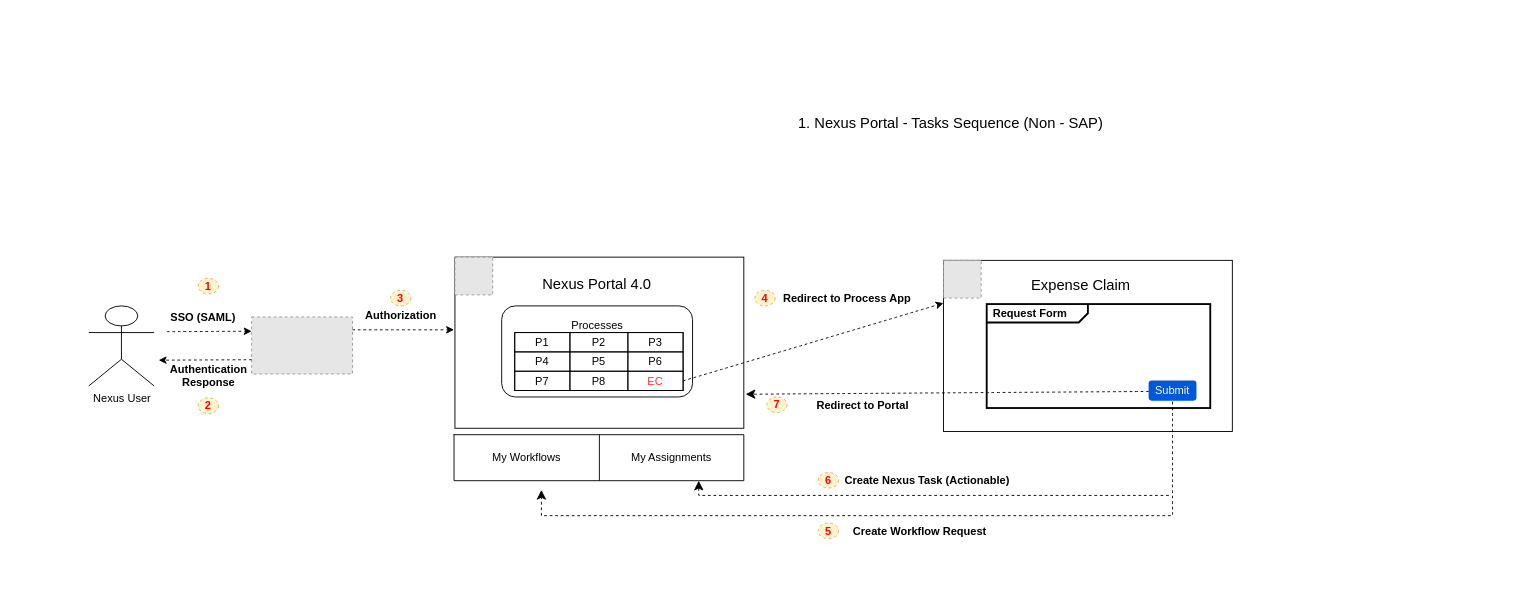
Earlier version of the draw.io diagram page "Nexus Tasks - Life Cycle" (1 of 2) of Nexus 4.0 Consulting.drawio (karthiksm2703siemens/Nexus-4.0-Diagrams). Source tidied: cells renumbered, new cells numbered last; positions are measured from the earlier drawing's top-left corner, leaving out a move shared by most shapes. Both pictures are drawn from the tidied source at 92%, with x=0, y=0 at pixel (88, 109). Pictures stored in the file or linked from it are replaced by grey dashed boxes.
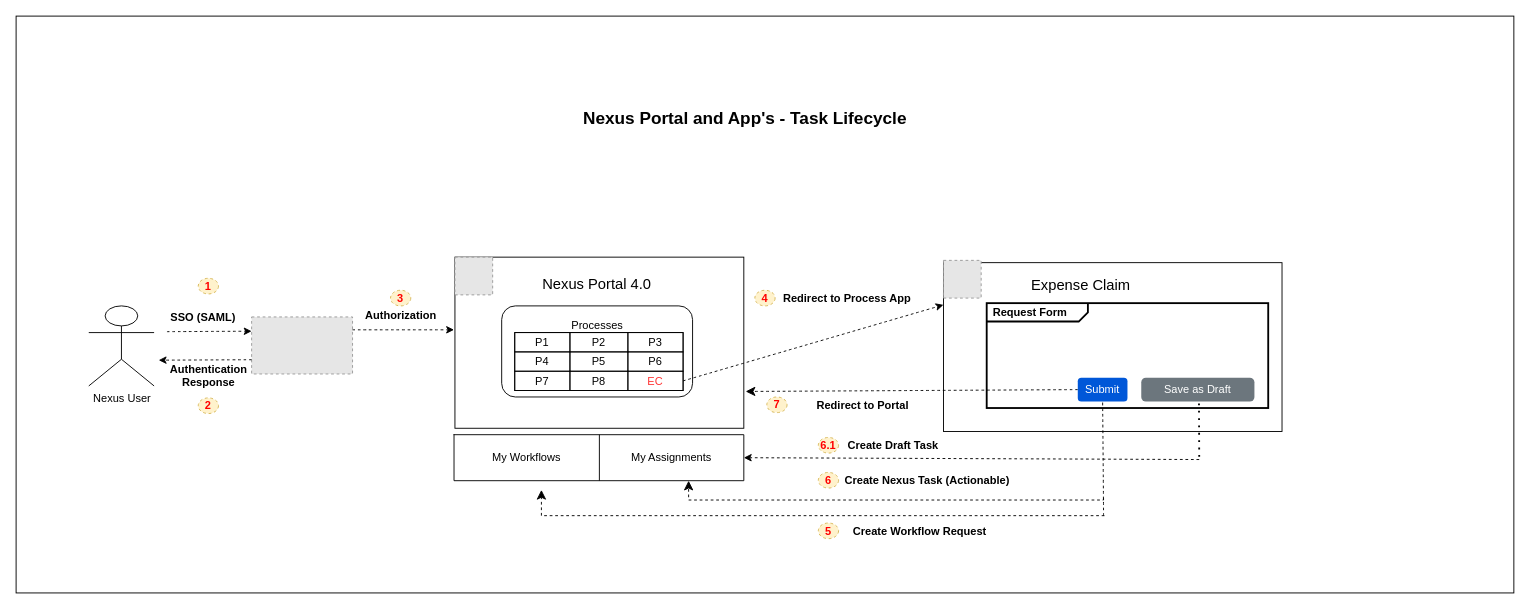
The same page after the edit.

Unchanged cells that the change refers to:
```xml
<mxCell id="33" style="shape=tableRow;horizontal=0;startSize=0;swimlaneHead=0;swimlaneBody=0;strokeColor=inherit;top=0;left=0;bottom=0;right=0;fillColor=none;points=[[0,0.5],[1,0.5]];portConstraint=eastwest;" parent="32" vertex="1">
  <mxGeometry width="315" height="50" as="geometry" />
</mxCell>
```

The edit, as a diff of the source:
```diff
@@
+    <mxCell id="54" style="whiteSpace=wrap;html=1;" parent="1" vertex="1">
+      <mxGeometry x="-79" y="-101" width="1628" height="627" as="geometry" />
+    </mxCell>
@@
-    <mxCell id="3" value="1.&amp;nbsp;&lt;span style=&quot;background-color: initial;&quot;&gt;Nexus Portal - Tasks Sequence (Non - SAP&lt;/span&gt;&lt;span style=&quot;background-color: initial;&quot;&gt;)&lt;/span&gt;" style="text;strokeColor=none;fillColor=none;html=1;align=center;verticalAlign=middle;whiteSpace=wrap;rounded=0;fontSize=16;" parent="1" vertex="1">
-      <mxGeometry x="724" width="426" height="30" as="geometry" />
+    <mxCell id="3" value="&lt;h3&gt;Nexus Portal and App's - Task Lifecycle&lt;/h3&gt;" style="text;strokeColor=none;fillColor=none;html=1;align=center;verticalAlign=middle;whiteSpace=wrap;rounded=0;fontSize=16;" parent="1" vertex="1">
+      <mxGeometry x="430" y="-51" width="566.5" height="124" as="geometry" />
     </mxCell>
@@
     <mxCell id="36" style="rounded=0;whiteSpace=wrap;html=1;" parent="1" vertex="1">
-      <mxGeometry x="929" y="164.5" width="314" height="186" as="geometry" />
+      <mxGeometry x="929" y="167" width="368" height="183.5" as="geometry" />
     </mxCell>
@@
     <mxCell id="41" value="&lt;p style=&quot;margin:0px;margin-top:4px;margin-left:7px;text-align:left;&quot;&gt;&lt;b&gt;Request Form&lt;/b&gt;&lt;/p&gt;&lt;p style=&quot;margin:0px;margin-top:4px;margin-left:7px;text-align:left;&quot;&gt;&lt;b&gt;&lt;br&gt;&lt;/b&gt;&lt;/p&gt;" style="html=1;shape=mxgraph.sysml.package;overflow=fill;labelX=110;strokeWidth=2;align=center;" parent="1" vertex="1">
-      <mxGeometry x="976" y="212" width="243" height="113" as="geometry" />
+      <mxGeometry x="976" y="211" width="306" height="114" as="geometry" />
     </mxCell>
@@
-    <mxCell id="43" value="Submit" style="rounded=1;fillColor=#0057D8;strokeColor=none;html=1;whiteSpace=wrap;fontColor=#ffffff;align=center;verticalAlign=middle;fontStyle=0;fontSize=12;sketch=0;" parent="1" vertex="1">
-      <mxGeometry x="1152" y="295" width="52" height="22" as="geometry" />
-    </mxCell>
     <mxCell id="44" style="edgeStyle=segmentEdgeStyle;endArrow=classic;html=1;curved=0;rounded=0;endSize=8;startSize=8;fontSize=12;dashed=1;" parent="1" edge="1">
       <mxGeometry relative="1" as="geometry">
-        <mxPoint x="1174" y="420" as="sourcePoint" />
-        <mxPoint x="663" y="404" as="targetPoint" />
+        <mxPoint x="1103" y="423" as="sourcePoint" />
+        <mxPoint x="652" y="404" as="targetPoint" />
+        <Array as="points">
+          <mxPoint x="1103" y="425" />
+          <mxPoint x="652" y="425" />
+        </Array>
       </mxGeometry>
     </mxCell>
     <mxCell id="45" style="endArrow=none;dashed=1;html=1;rounded=0;fontSize=12;startSize=8;endSize=8;curved=1;entryX=0.5;entryY=1;entryDx=0;entryDy=0;" parent="1" edge="1" target="43">
       <mxGeometry relative="1" as="geometry">
-        <mxPoint x="1178" y="441" as="sourcePoint" />
+        <mxPoint x="1103" y="442" as="sourcePoint" />
+        <Array as="points">
+          <mxPoint x="1103" y="425" />
+        </Array>
       </mxGeometry>
     </mxCell>
@@
     <mxCell id="48" style="edgeStyle=segmentEdgeStyle;endArrow=classic;html=1;curved=0;rounded=0;endSize=8;startSize=8;fontSize=12;dashed=1;" parent="1" edge="1">
       <mxGeometry relative="1" as="geometry">
-        <mxPoint x="1176" y="442" as="sourcePoint" />
+        <mxPoint x="1104" y="442" as="sourcePoint" />
         <mxPoint x="492" y="414" as="targetPoint" />
       </mxGeometry>
     </mxCell>
@@
-    <mxCell id="51" style="endArrow=classic;html=1;rounded=0;fontSize=12;startSize=8;endSize=8;curved=1;exitX=0;exitY=0.5;exitDx=0;exitDy=0;dashed=1;" parent="1" edge="1">
+    <mxCell id="51" style="endArrow=classic;html=1;rounded=0;fontSize=12;startSize=8;endSize=8;curved=1;exitX=0;exitY=0.5;exitDx=0;exitDy=0;dashed=1;" parent="1" edge="1" source="43">
       <mxGeometry relative="1" as="geometry">
-        <mxPoint x="1152" y="307" as="sourcePoint" />
-        <mxPoint x="714" y="310" as="targetPoint" />
+        <mxPoint x="714" y="307" as="targetPoint" />
       </mxGeometry>
     </mxCell>
@@
+    <mxCell id="43" value="Submit" style="rounded=1;fillColor=#0057D8;strokeColor=none;html=1;whiteSpace=wrap;fontColor=#ffffff;align=center;verticalAlign=middle;fontStyle=0;fontSize=12;sketch=0;" parent="1" vertex="1">
+      <mxGeometry x="1075" y="292" width="54" height="26" as="geometry" />
+    </mxCell>
+    <mxCell id="55" value="Save as Draft" style="html=1;shadow=0;dashed=0;shape=mxgraph.bootstrap.rrect;rSize=5;strokeColor=none;strokeWidth=1;fillColor=#6C767D;fontColor=#FFFFFF;whiteSpace=wrap;align=center;verticalAlign=middle;spacingLeft=0;fontStyle=0;fontSize=12;spacing=5;" parent="1" vertex="1">
+      <mxGeometry x="1144" y="292" width="123" height="26" as="geometry" />
+    </mxCell>
+    <mxCell id="56" style="endArrow=classic;html=1;rounded=0;entryX=1;entryY=0.5;entryDx=0;entryDy=0;dashed=1;" parent="1" edge="1" target="33">
+      <mxGeometry relative="1" as="geometry">
+        <mxPoint x="1207" y="381" as="sourcePoint" />
+      </mxGeometry>
+    </mxCell>
+    <mxCell id="57" style="endArrow=none;dashed=1;html=1;dashPattern=1 3;strokeWidth=2;rounded=0;entryX=0.51;entryY=0.987;entryDx=0;entryDy=0;entryPerimeter=0;" parent="1" edge="1" target="55">
+      <mxGeometry relative="1" as="geometry">
+        <mxPoint x="1207" y="378" as="sourcePoint" />
+      </mxGeometry>
+    </mxCell>
+    <mxCell id="58" value="6.1" style="ellipse;whiteSpace=wrap;html=1;fontStyle=1;dashed=1;fillColor=#fff2cc;strokeColor=#d6b656;fontColor=#FF0000;" parent="1" vertex="1">
+      <mxGeometry x="793" y="357" width="22" height="17" as="geometry" />
+    </mxCell>
+    <mxCell id="59" value="Create Draft Task" style="text;html=1;align=center;verticalAlign=middle;strokeColor=none;fillColor=none;fontStyle=1;rotation=0;" parent="1" vertex="1">
+      <mxGeometry x="818" y="352.5" width="111" height="26" as="geometry" />
+    </mxCell>
```
